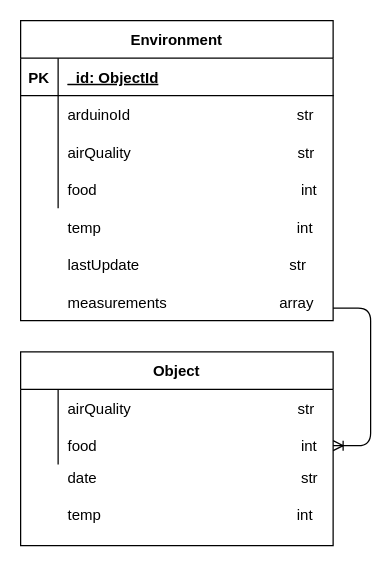
The draw.io diagram ER-IoT-Diagram.drawio in FarmENV/ER-Diagrams, before the edit. Source tidied: cells renumbered, new cells numbered last; positions are measured from the earlier drawing's top-left corner, leaving out a move shared by most shapes. Both pictures are drawn from the tidied source at 125%, with x=0, y=0 at pixel (20, 20).
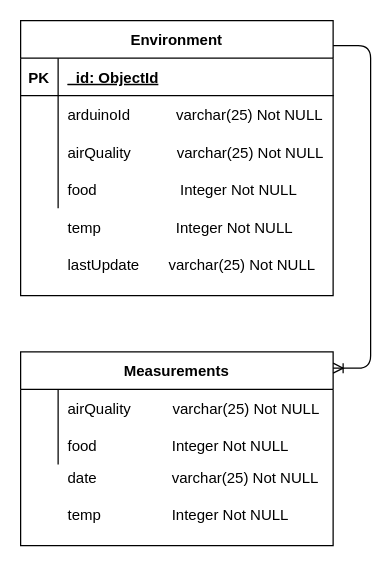
The same page after the edit.

Commit message:
Type of data for the database as a relational one and change in the measurement object

Unchanged cells that the change refers to:
```xml
<mxCell id="6" style="shape=partialRectangle;fillColor=none;top=0;left=0;right=0;bottom=0;" parent="2" vertex="1">
  <mxGeometry y="60" width="250" height="30" as="geometry" />
</mxCell>
<mxCell id="9" style="shape=partialRectangle;fillColor=none;top=0;left=0;right=0;bottom=0;" parent="2" vertex="1">
  <mxGeometry y="90" width="250" height="30" as="geometry" />
</mxCell>
<mxCell id="12" style="shape=partialRectangle;fillColor=none;top=0;left=0;bottom=0;right=0;" parent="2" vertex="1">
  <mxGeometry y="120" width="250" height="30" as="geometry" />
</mxCell>
<mxCell id="19" style="shape=partialRectangle;fillColor=none;top=0;left=0;right=0;bottom=0;" parent="18" vertex="1">
  <mxGeometry y="30" width="250" height="30" as="geometry" />
</mxCell>
<mxCell id="22" style="shape=partialRectangle;fillColor=none;top=0;left=0;bottom=0;right=0;points=[[0,0.5],[1,0.5]];portConstraint=eastwest;" parent="18" vertex="1">
  <mxGeometry y="60" width="250" height="30" as="geometry" />
</mxCell>
```

Change to the diagram source:
```diff
@@
     <mxCell id="2" value="Environment" style="shape=table;startSize=30;childLayout=tableLayout;rowLines=0;fontStyle=1;align=center;" parent="1" vertex="1">
-      <mxGeometry width="250" height="240" as="geometry" />
+      <mxGeometry width="250" height="220" as="geometry" />
     </mxCell>
@@
-    <mxCell id="8" value="arduinoId                                        str" style="shape=partialRectangle;overflow=hidden;fillColor=none;top=0;left=0;bottom=0;right=0;align=left;spacingLeft=6;" parent="6" vertex="1">
+    <mxCell id="8" value="arduinoId           varchar(25) Not NULL" style="shape=partialRectangle;overflow=hidden;fillColor=none;top=0;left=0;bottom=0;right=0;align=left;spacingLeft=6;" parent="6" vertex="1">
       <mxGeometry x="30" width="220" height="30" as="geometry" />
     </mxCell>
@@
-    <mxCell id="11" value="airQuality                                        str" style="shape=partialRectangle;overflow=hidden;fillColor=none;top=0;left=0;bottom=0;right=0;align=left;spacingLeft=6;" parent="9" vertex="1">
+    <mxCell id="11" value="airQuality           varchar(25) Not NULL" style="shape=partialRectangle;overflow=hidden;fillColor=none;top=0;left=0;bottom=0;right=0;align=left;spacingLeft=6;" parent="9" vertex="1">
       <mxGeometry x="30" width="220" height="30" as="geometry" />
     </mxCell>
@@
-    <mxCell id="14" value="food                                                 int" style="shape=partialRectangle;fillColor=none;top=0;left=0;bottom=0;right=0;align=left;spacingLeft=6;overflow=hidden;" parent="12" vertex="1">
+    <mxCell id="14" value="food                    Integer Not NULL" style="shape=partialRectangle;fillColor=none;top=0;left=0;bottom=0;right=0;align=left;spacingLeft=6;overflow=hidden;" parent="12" vertex="1">
       <mxGeometry x="30" width="220" height="30" as="geometry" />
     </mxCell>
-    <mxCell id="15" value="temp                                               int" style="shape=partialRectangle;fillColor=none;top=0;left=0;bottom=0;right=0;align=left;spacingLeft=6;overflow=hidden;" parent="1" vertex="1">
+    <mxCell id="15" value="temp                  Integer Not NULL" style="shape=partialRectangle;fillColor=none;top=0;left=0;bottom=0;right=0;align=left;spacingLeft=6;overflow=hidden;" parent="1" vertex="1">
       <mxGeometry x="30" y="150" width="220" height="30" as="geometry" />
     </mxCell>
-    <mxCell id="16" value="lastUpdate                                    str" style="shape=partialRectangle;fillColor=none;top=0;left=0;bottom=0;right=0;align=left;spacingLeft=6;overflow=hidden;" parent="1" vertex="1">
+    <mxCell id="16" value="lastUpdate       varchar(25) Not NULL" style="shape=partialRectangle;fillColor=none;top=0;left=0;bottom=0;right=0;align=left;spacingLeft=6;overflow=hidden;" parent="1" vertex="1">
       <mxGeometry x="30" y="180" width="220" height="30" as="geometry" />
     </mxCell>
-    <mxCell id="17" value="measurements                           array" style="shape=partialRectangle;fillColor=none;top=0;left=0;bottom=0;right=0;align=left;spacingLeft=6;overflow=hidden;" parent="1" vertex="1">
-      <mxGeometry x="30" y="210" width="220" height="30" as="geometry" />
-    </mxCell>
-    <mxCell id="18" value="Object" style="shape=table;startSize=30;childLayout=tableLayout;rowLines=0;fontStyle=1;align=center;" parent="1" vertex="1">
+    <mxCell id="18" value="Measurements" style="shape=table;startSize=30;childLayout=tableLayout;rowLines=0;fontStyle=1;align=center;" parent="1" vertex="1">
       <mxGeometry y="265" width="250" height="155" as="geometry" />
     </mxCell>
@@
-    <mxCell id="21" value="airQuality                                        str" style="shape=partialRectangle;overflow=hidden;fillColor=none;top=0;left=0;bottom=0;right=0;align=left;spacingLeft=6;" parent="19" vertex="1">
+    <mxCell id="21" value="airQuality          varchar(25) Not NULL" style="shape=partialRectangle;overflow=hidden;fillColor=none;top=0;left=0;bottom=0;right=0;align=left;spacingLeft=6;" parent="19" vertex="1">
       <mxGeometry x="30" width="220" height="30" as="geometry" />
     </mxCell>
@@
-    <mxCell id="24" value="food                                                 int" style="shape=partialRectangle;fillColor=none;top=0;left=0;bottom=0;right=0;align=left;spacingLeft=6;overflow=hidden;" parent="22" vertex="1">
+    <mxCell id="24" value="food                  Integer Not NULL" style="shape=partialRectangle;fillColor=none;top=0;left=0;bottom=0;right=0;align=left;spacingLeft=6;overflow=hidden;" parent="22" vertex="1">
       <mxGeometry x="30" width="220" height="30" as="geometry" />
     </mxCell>
-    <mxCell id="25" value="temp                                               int" style="shape=partialRectangle;fillColor=none;top=0;left=0;bottom=0;right=0;align=left;spacingLeft=6;overflow=hidden;" parent="1" vertex="1">
+    <mxCell id="25" value="temp                 Integer Not NULL" style="shape=partialRectangle;fillColor=none;top=0;left=0;bottom=0;right=0;align=left;spacingLeft=6;overflow=hidden;" parent="1" vertex="1">
       <mxGeometry x="30" y="380" width="220" height="30" as="geometry" />
     </mxCell>
-    <mxCell id="26" value="date                                                 str" style="shape=partialRectangle;fillColor=none;top=0;left=0;bottom=0;right=0;align=left;spacingLeft=6;overflow=hidden;" parent="1" vertex="1">
+    <mxCell id="26" value="date                  varchar(25) Not NULL" style="shape=partialRectangle;fillColor=none;top=0;left=0;bottom=0;right=0;align=left;spacingLeft=6;overflow=hidden;" parent="1" vertex="1">
       <mxGeometry x="30" y="350" width="220" height="30" as="geometry" />
     </mxCell>
-    <mxCell id="27" style="edgeStyle=entityRelationEdgeStyle;fontSize=12;html=1;endArrow=ERoneToMany;entryX=1;entryY=0.5;entryDx=0;entryDy=0;" parent="1" edge="1" target="22">
-      <mxGeometry relative="1" as="geometry">
-        <mxPoint x="250" y="230" as="sourcePoint" />
-      </mxGeometry>
+    <mxCell id="27" style="edgeStyle=entityRelationEdgeStyle;fontSize=12;html=1;endArrow=ERoneToMany;entryX=1;entryY=0.084;entryDx=0;entryDy=0;entryPerimeter=0;exitX=1;exitY=0.091;exitDx=0;exitDy=0;exitPerimeter=0;" parent="1" edge="1" source="2" target="18">
+      <mxGeometry relative="1" as="geometry" />
     </mxCell>
```
